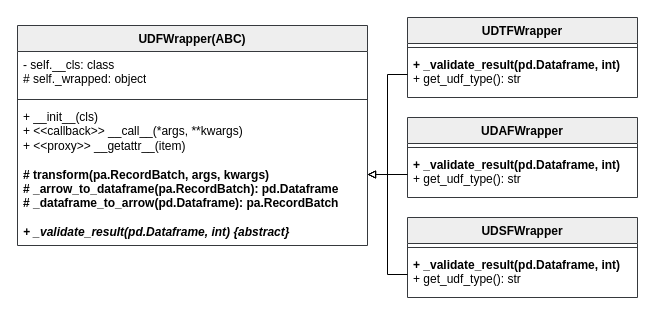
shinyano/drawio keeps this draw.io diagram as page "udf-decorator" (10 of 14) of grad.drawio. Above is the earlier version. Source tidied: cells renumbered, new cells numbered last; positions are measured from the earlier drawing's top-left corner, leaving out a move shared by most shapes. Both pictures are drawn from the tidied source at 100%, with x=0, y=0 at pixel (17, 17).
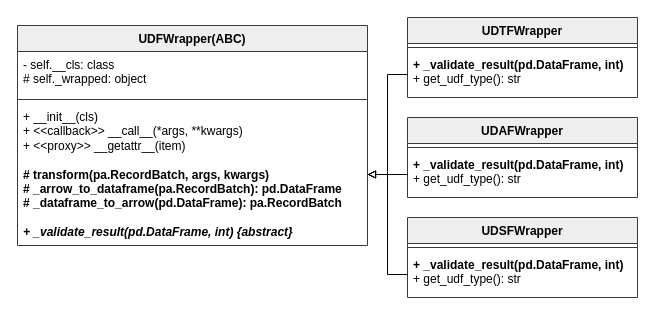
Above is the later version.

Change to the diagram source:
```diff
@@
 <mxGraphModel>
   <root>
     <mxCell id="0" />
     <mxCell id="1" parent="0" />
     <mxCell id="2" value="UDFWrapper(ABC)" style="swimlane;fontStyle=1;align=center;verticalAlign=top;horizontal=1;startSize=26;whiteSpace=wrap;html=1;fillColor=#eeeeee;strokeColor=#36393d;swimlaneFillColor=default;" parent="1" vertex="1">
       <mxGeometry y="8" width="350" height="220" as="geometry" />
     </mxCell>
     <mxCell id="3" value="- self.__cls: class&lt;div&gt;#&amp;nbsp;self._wrapped: object&lt;/div&gt;" style="text;strokeColor=none;fillColor=none;align=left;verticalAlign=top;spacingLeft=4;spacingRight=4;overflow=hidden;whiteSpace=wrap;html=1;" parent="2" vertex="1">
       <mxGeometry y="26" width="350" height="44" as="geometry" />
     </mxCell>
     <mxCell id="4" style="line;strokeWidth=1;fillColor=none;align=left;verticalAlign=middle;spacingTop=-1;spacingLeft=3;spacingRight=3;labelPosition=right;strokeColor=inherit;" parent="2" vertex="1">
       <mxGeometry y="70" width="350" height="8" as="geometry" />
     </mxCell>
-    <mxCell id="5" value="&lt;div&gt;+ __init__(cls)&lt;/div&gt;+ &amp;lt;&amp;lt;callback&amp;gt;&amp;gt; __call__(*args, **kwargs)&lt;div&gt;+ &amp;lt;&amp;lt;proxy&amp;gt;&amp;gt; __getattr__(item)&lt;/div&gt;&lt;div&gt;&lt;br&gt;&lt;/div&gt;&lt;div&gt;&lt;b&gt;# transform(pa.RecordBatch, args, kwargs)&lt;/b&gt;&lt;/div&gt;&lt;div&gt;&lt;b&gt;# _arrow_to_dataframe(&lt;/b&gt;&lt;b&gt;pa.RecordBatch&lt;/b&gt;&lt;b&gt;): pd.Dataframe&lt;/b&gt;&lt;/div&gt;&lt;div&gt;&lt;b&gt;# _dataframe_to_arrow(pd.Dataframe):&amp;nbsp;&lt;/b&gt;&lt;span style=&quot;background-color: transparent;&quot;&gt;&lt;b&gt;pa.RecordBatch&lt;/b&gt;&lt;/span&gt;&lt;/div&gt;&lt;div&gt;&lt;b&gt;&lt;br&gt;&lt;/b&gt;&lt;/div&gt;&lt;div&gt;&lt;i&gt;&lt;b&gt;+ _validate_result(pd.Dataframe, int) {abstract}&lt;/b&gt;&lt;/i&gt;&lt;/div&gt;" style="text;strokeColor=none;fillColor=none;align=left;verticalAlign=top;spacingLeft=4;spacingRight=4;overflow=hidden;points=[[0,0.5],[1,0.5]];portConstraint=eastwest;whiteSpace=wrap;html=1;" parent="2" vertex="1">
+    <mxCell id="5" value="&lt;div&gt;+ __init__(cls)&lt;/div&gt;+ &amp;lt;&amp;lt;callback&amp;gt;&amp;gt; __call__(*args, **kwargs)&lt;div&gt;+ &amp;lt;&amp;lt;proxy&amp;gt;&amp;gt; __getattr__(item)&lt;/div&gt;&lt;div&gt;&lt;br&gt;&lt;/div&gt;&lt;div&gt;&lt;b&gt;# transform(pa.RecordBatch, args, kwargs)&lt;/b&gt;&lt;/div&gt;&lt;div&gt;&lt;b&gt;# _arrow_to_dataframe(&lt;/b&gt;&lt;b&gt;pa.RecordBatch&lt;/b&gt;&lt;b&gt;): pd.&lt;/b&gt;&lt;span style=&quot;background-color: transparent;&quot;&gt;&lt;b&gt;DataFrame&lt;/b&gt;&lt;/span&gt;&lt;/div&gt;&lt;div&gt;&lt;b&gt;# _dataframe_to_arrow(pd.DataFrame):&amp;nbsp;&lt;/b&gt;&lt;span style=&quot;background-color: transparent;&quot;&gt;&lt;b&gt;pa.RecordBatch&lt;/b&gt;&lt;/span&gt;&lt;/div&gt;&lt;div&gt;&lt;b&gt;&lt;br&gt;&lt;/b&gt;&lt;/div&gt;&lt;div&gt;&lt;i&gt;&lt;b&gt;+ _validate_result(pd.DataFrame, int) {abstract}&lt;/b&gt;&lt;/i&gt;&lt;/div&gt;" style="text;strokeColor=none;fillColor=none;align=left;verticalAlign=top;spacingLeft=4;spacingRight=4;overflow=hidden;points=[[0,0.5],[1,0.5]];portConstraint=eastwest;whiteSpace=wrap;html=1;" parent="2" vertex="1">
       <mxGeometry y="78" width="350" height="142" as="geometry" />
     </mxCell>
     <mxCell id="6" value="UDTFWrapper" style="swimlane;fontStyle=1;align=center;verticalAlign=top;horizontal=1;startSize=26;whiteSpace=wrap;html=1;fillColor=#eeeeee;strokeColor=#36393d;swimlaneFillColor=default;" parent="1" vertex="1">
       <mxGeometry x="390" width="230" height="80" as="geometry" />
     </mxCell>
     <mxCell id="7" style="line;strokeWidth=1;fillColor=none;align=left;verticalAlign=middle;spacingTop=-1;spacingLeft=3;spacingRight=3;labelPosition=right;strokeColor=inherit;" parent="6" vertex="1">
       <mxGeometry y="26" width="230" height="8" as="geometry" />
     </mxCell>
-    <mxCell id="8" value="&lt;b&gt;+&amp;nbsp;_validate_result(pd.Dataframe, int)&lt;/b&gt;&lt;div&gt;+&amp;nbsp;get_udf_type(): str&lt;/div&gt;" style="text;strokeColor=none;fillColor=none;align=left;verticalAlign=top;spacingLeft=4;spacingRight=4;overflow=hidden;points=[[0,0.5],[1,0.5]];portConstraint=eastwest;whiteSpace=wrap;html=1;" parent="6" vertex="1">
+    <mxCell id="8" value="&lt;b&gt;+&amp;nbsp;_validate_result(pd.DataFrame, int)&lt;/b&gt;&lt;div&gt;+&amp;nbsp;get_udf_type(): str&lt;/div&gt;" style="text;strokeColor=none;fillColor=none;align=left;verticalAlign=top;spacingLeft=4;spacingRight=4;overflow=hidden;points=[[0,0.5],[1,0.5]];portConstraint=eastwest;whiteSpace=wrap;html=1;" parent="6" vertex="1">
       <mxGeometry y="34" width="230" height="46" as="geometry" />
     </mxCell>
     <mxCell id="9" value="UDAFWrapper" style="swimlane;fontStyle=1;align=center;verticalAlign=top;horizontal=1;startSize=26;whiteSpace=wrap;html=1;fillColor=#eeeeee;strokeColor=#36393d;swimlaneFillColor=default;" parent="1" vertex="1">
       <mxGeometry x="390" y="100" width="230" height="80" as="geometry" />
     </mxCell>
     <mxCell id="10" style="line;strokeWidth=1;fillColor=none;align=left;verticalAlign=middle;spacingTop=-1;spacingLeft=3;spacingRight=3;labelPosition=right;strokeColor=inherit;" parent="9" vertex="1">
       <mxGeometry y="26" width="230" height="8" as="geometry" />
     </mxCell>
-    <mxCell id="11" value="&lt;b&gt;+&amp;nbsp;_validate_result(pd.Dataframe, int)&lt;/b&gt;&lt;div&gt;+&amp;nbsp;get_udf_type(): str&lt;/div&gt;" style="text;strokeColor=none;fillColor=none;align=left;verticalAlign=top;spacingLeft=4;spacingRight=4;overflow=hidden;points=[[0,0.5],[1,0.5]];portConstraint=eastwest;whiteSpace=wrap;html=1;" parent="9" vertex="1">
+    <mxCell id="11" value="&lt;b&gt;+&amp;nbsp;_validate_result(pd.&lt;/b&gt;&lt;b&gt;DataFrame&lt;/b&gt;&lt;b&gt;, int)&lt;/b&gt;&lt;div&gt;+&amp;nbsp;get_udf_type(): str&lt;/div&gt;" style="text;strokeColor=none;fillColor=none;align=left;verticalAlign=top;spacingLeft=4;spacingRight=4;overflow=hidden;points=[[0,0.5],[1,0.5]];portConstraint=eastwest;whiteSpace=wrap;html=1;" parent="9" vertex="1">
       <mxGeometry y="34" width="230" height="46" as="geometry" />
     </mxCell>
     <mxCell id="12" value="UDSFWrapper" style="swimlane;fontStyle=1;align=center;verticalAlign=top;horizontal=1;startSize=26;whiteSpace=wrap;html=1;fillColor=#eeeeee;strokeColor=#36393d;swimlaneFillColor=default;" parent="1" vertex="1">
       <mxGeometry x="390" y="200" width="230" height="80" as="geometry" />
     </mxCell>
     <mxCell id="13" style="line;strokeWidth=1;fillColor=none;align=left;verticalAlign=middle;spacingTop=-1;spacingLeft=3;spacingRight=3;labelPosition=right;strokeColor=inherit;" parent="12" vertex="1">
       <mxGeometry y="26" width="230" height="8" as="geometry" />
     </mxCell>
-    <mxCell id="14" value="&lt;b&gt;+&amp;nbsp;_validate_result(pd.Dataframe, int)&lt;/b&gt;&lt;div&gt;+&amp;nbsp;get_udf_type(): str&lt;/div&gt;" style="text;strokeColor=none;fillColor=none;align=left;verticalAlign=top;spacingLeft=4;spacingRight=4;overflow=hidden;points=[[0,0.5],[1,0.5]];portConstraint=eastwest;whiteSpace=wrap;html=1;" parent="12" vertex="1">
+    <mxCell id="14" value="&lt;b&gt;+&amp;nbsp;_validate_result(pd.&lt;/b&gt;&lt;b&gt;DataFrame&lt;/b&gt;&lt;b&gt;, int)&lt;/b&gt;&lt;div&gt;+&amp;nbsp;get_udf_type(): str&lt;/div&gt;" style="text;strokeColor=none;fillColor=none;align=left;verticalAlign=top;spacingLeft=4;spacingRight=4;overflow=hidden;points=[[0,0.5],[1,0.5]];portConstraint=eastwest;whiteSpace=wrap;html=1;" parent="12" vertex="1">
       <mxGeometry y="34" width="230" height="46" as="geometry" />
     </mxCell>
     <mxCell id="15" style="edgeStyle=orthogonalEdgeStyle;rounded=0;jettySize=auto;html=1;entryX=1;entryY=0.5;entryDx=0;entryDy=0;endArrow=block;endFill=0;" parent="1" edge="1" source="8" target="5">
       <mxGeometry relative="1" as="geometry" />
     </mxCell>
     <mxCell id="16" style="edgeStyle=orthogonalEdgeStyle;rounded=0;jettySize=auto;html=1;endArrow=block;endFill=0;entryX=1;entryY=0.5;entryDx=0;entryDy=0;" parent="1" edge="1" source="11" target="5">
       <mxGeometry relative="1" as="geometry" />
     </mxCell>
     <mxCell id="17" style="edgeStyle=orthogonalEdgeStyle;rounded=0;jettySize=auto;html=1;entryX=1;entryY=0.5;entryDx=0;entryDy=0;endArrow=block;endFill=0;" parent="1" edge="1" source="14" target="5">
       <mxGeometry relative="1" as="geometry" />
     </mxCell>
   </root>
 </mxGraphModel>
```
